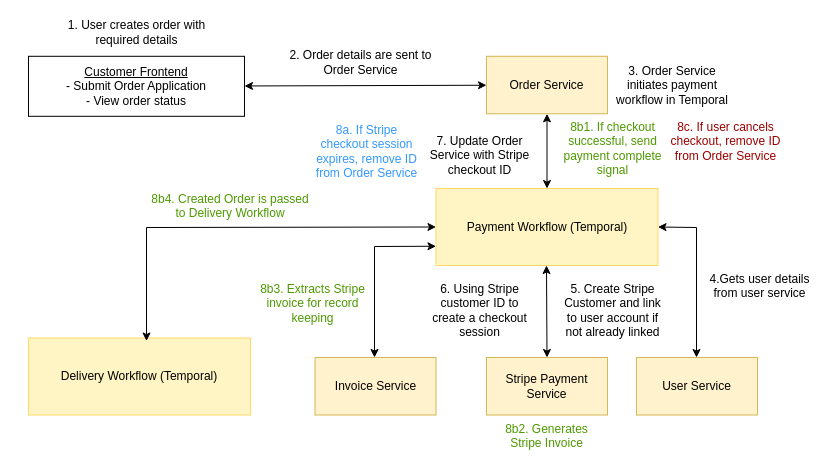
This is diagrams/UserOrderFromUI.drawio from darkliyznyanlin910/esd-2425T2, a draw.io file, before an edit. Source tidied: cells renumbered, new cells numbered last; positions are measured from the earlier drawing's top-left corner, leaving out a move shared by most shapes. Both pictures are drawn from the tidied source at 100%, with x=0, y=0 at pixel (16, 17).
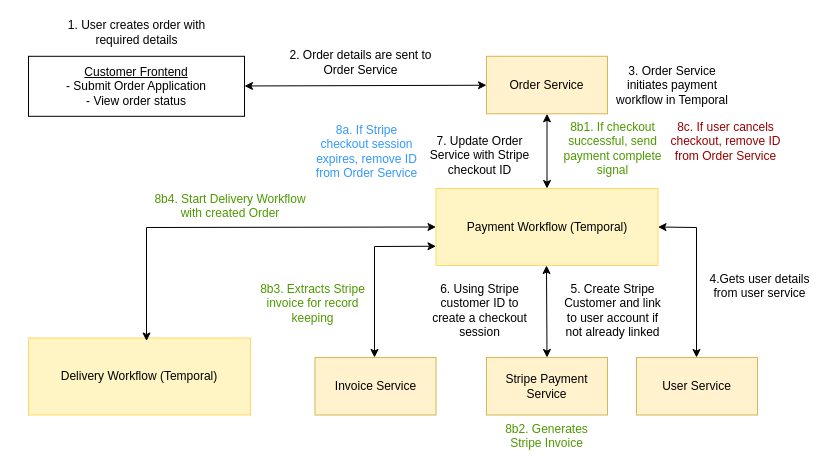
Above is the later version.

Commit message (it also covers changes not shown here):
Included OrderCreateFromAPI diagram

What changed in the source:
```diff
@@
-    <mxCell id="27" value="8b4. Created Order is passed to Delivery Workflow" style="text;whiteSpace=wrap;align=center;fontColor=#4D9900;labelBackgroundColor=none;" parent="1" vertex="1">
+    <mxCell id="27" value="8b4. Start Delivery Workflow with created Order" style="text;whiteSpace=wrap;align=center;fontColor=#4D9900;labelBackgroundColor=none;" parent="1" vertex="1">
       <mxGeometry x="128.5" y="168.2" width="170" height="52" as="geometry" />
     </mxCell>
```
